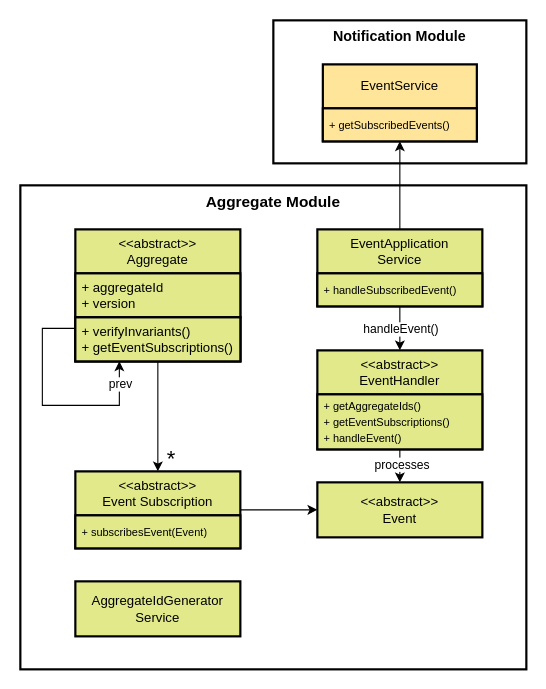
This is data/figs/architecture/layers/layers_aggregate.drawio from socialsoftware/microservices-simulator, a draw.io file, before an edit. Source tidied: cells renumbered, new cells numbered last; positions are measured from the earlier drawing's top-left corner, leaving out a move shared by most shapes. Both pictures are drawn from the tidied source at 110%, with x=0, y=0 at pixel (20, 20).
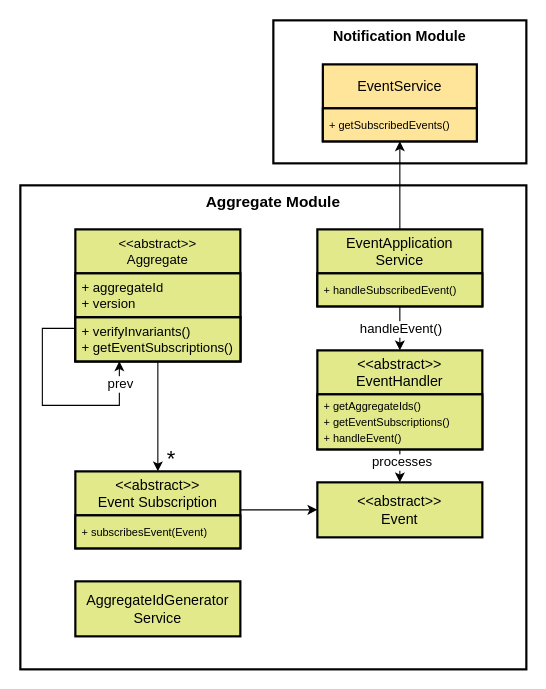
Above is the later version.

The change refers to these unchanged cells:
```xml
<mxCell id="10" style="edgeStyle=orthogonalEdgeStyle;rounded=0;orthogonalLoop=1;jettySize=auto;html=1;" parent="5" edge="1" source="9" target="9">
  <mxGeometry relative="1" as="geometry">
    <Array as="points">
      <mxPoint x="-30" y="90" />
      <mxPoint x="-30" y="160" />
      <mxPoint x="40" y="160" />
    </Array>
  </mxGeometry>
</mxCell>
<mxCell id="21" style="edgeStyle=orthogonalEdgeStyle;rounded=0;jettySize=auto;html=1;" parent="1" edge="1" source="23" target="14">
  <mxGeometry relative="1" as="geometry" />
</mxCell>
<mxCell id="25" style="edgeStyle=orthogonalEdgeStyle;rounded=0;jettySize=auto;html=1;" parent="1" edge="1" source="19" target="23">
  <mxGeometry relative="1" as="geometry" />
</mxCell>
```

The edit, as a diff of the source:
```diff
@@
-    <mxCell id="4" value="AggregateIdGenerator&#10;Service" style="whiteSpace=wrap;strokeWidth=2;fillColor=#E1E98B;strokeColor=#000000;" parent="1" vertex="1">
+    <mxCell id="4" value="AggregateIdGenerator&#10;Service" style="whiteSpace=wrap;strokeWidth=2;fillColor=#E1E98B;strokeColor=#000000;fontSize=13;" parent="1" vertex="1">
       <mxGeometry x="50" y="510" width="150" height="50" as="geometry" />
     </mxCell>
-    <mxCell id="5" style="group;" parent="1" vertex="1">
+    <mxCell id="5" style="group;fontSize=13;" parent="1" vertex="1">
       <mxGeometry x="50" y="190" width="150" height="120" as="geometry" />
     </mxCell>
@@
-    <mxCell id="11" value="prev" style="edgeLabel;html=1;align=center;verticalAlign=middle;" parent="10" vertex="1">
+    <mxCell id="11" value="prev" style="edgeLabel;html=1;align=center;verticalAlign=middle;fontSize=12;" parent="10" vertex="1">
       <mxGeometry x="0.3" y="-1" relative="1" as="geometry">
         <mxPoint x="33" y="-21" as="offset" />
       </mxGeometry>
     </mxCell>
@@
-    <mxCell id="14" value="&lt;&lt;abstract&gt;&gt;&#10;Event" style="whiteSpace=wrap;strokeWidth=2;fillColor=#E1E98B;strokeColor=#000000;" parent="1" vertex="1">
+    <mxCell id="14" value="&lt;&lt;abstract&gt;&gt;&#10;Event" style="whiteSpace=wrap;strokeWidth=2;fillColor=#E1E98B;strokeColor=#000000;fontSize=13;" parent="1" vertex="1">
       <mxGeometry x="270" y="420" width="150" height="50" as="geometry" />
     </mxCell>
@@
-    <mxCell id="16" value="&amp;lt;&amp;lt;abstract&amp;gt;&amp;gt;&lt;br style=&quot;padding: 0px; margin: 0px;&quot;&gt;Event Subscription" style="swimlane;fontStyle=0;horizontal=1;startSize=40;whiteSpace=wrap;html=1;strokeWidth=2;fillColor=#E1E98B;" parent="1" vertex="1">
+    <mxCell id="16" value="&amp;lt;&amp;lt;abstract&amp;gt;&amp;gt;&lt;br style=&quot;padding: 0px; margin: 0px;&quot;&gt;Event Subscription" style="swimlane;fontStyle=0;horizontal=1;startSize=40;whiteSpace=wrap;html=1;strokeWidth=2;fillColor=#E1E98B;fontSize=13;" parent="1" vertex="1">
       <mxGeometry x="50" y="410" width="150" height="70" as="geometry" />
     </mxCell>
@@
-    <mxCell id="19" value="EventApplication&lt;div&gt;Service&lt;/div&gt;" style="swimlane;fontStyle=0;horizontal=1;startSize=40;whiteSpace=wrap;html=1;strokeWidth=2;fillColor=#E1E98B;" parent="1" vertex="1">
+    <mxCell id="19" value="EventApplication&lt;div&gt;Service&lt;/div&gt;" style="swimlane;fontStyle=0;horizontal=1;startSize=40;whiteSpace=wrap;html=1;strokeWidth=2;fillColor=#E1E98B;fontSize=13;" parent="1" vertex="1">
       <mxGeometry x="270" y="190" width="150" height="70" as="geometry" />
     </mxCell>
@@
-    <mxCell id="22" value="processes" style="edgeLabel;html=1;align=center;verticalAlign=middle;" parent="21" vertex="1">
+    <mxCell id="22" value="processes" style="edgeLabel;html=1;align=center;verticalAlign=middle;fontSize=12;" parent="21" vertex="1">
       <mxGeometry x="-0.03" y="-1" relative="1" as="geometry">
-        <mxPoint y="-3" as="offset" />
+        <mxPoint y="-5" as="offset" />
       </mxGeometry>
     </mxCell>
-    <mxCell id="23" value="&amp;lt;&amp;lt;abstract&amp;gt;&amp;gt;&lt;br style=&quot;padding: 0px; margin: 0px;&quot;&gt;EventHandler" style="swimlane;fontStyle=0;horizontal=1;startSize=40;whiteSpace=wrap;html=1;strokeWidth=2;fillColor=#E1E98B;" parent="1" vertex="1">
+    <mxCell id="23" value="&amp;lt;&amp;lt;abstract&amp;gt;&amp;gt;&lt;br style=&quot;padding: 0px; margin: 0px;&quot;&gt;EventHandler" style="swimlane;fontStyle=0;horizontal=1;startSize=40;whiteSpace=wrap;html=1;strokeWidth=2;fillColor=#E1E98B;fontSize=13;" parent="1" vertex="1">
       <mxGeometry x="270" y="300" width="150" height="90" as="geometry" />
     </mxCell>
@@
-    <mxCell id="26" value="handleEvent()" style="edgeLabel;html=1;align=center;verticalAlign=middle;" parent="25" vertex="1">
+    <mxCell id="26" value="handleEvent()" style="edgeLabel;html=1;align=center;verticalAlign=middle;fontSize=12;" parent="25" vertex="1">
       <mxGeometry x="0.43" y="-2" relative="1" as="geometry">
         <mxPoint x="2" y="-9" as="offset" />
       </mxGeometry>
     </mxCell>
-    <mxCell id="27" value="EventService" style="swimlane;fontStyle=0;horizontal=1;startSize=40;whiteSpace=wrap;html=1;strokeWidth=2;fillColor=#FFE599;" parent="1" vertex="1">
+    <mxCell id="27" value="EventService" style="swimlane;fontStyle=0;horizontal=1;startSize=40;whiteSpace=wrap;html=1;strokeWidth=2;fillColor=#FFE599;fontSize=13;" parent="1" vertex="1">
       <mxGeometry x="275" y="40" width="140" height="70" as="geometry" />
     </mxCell>
```
